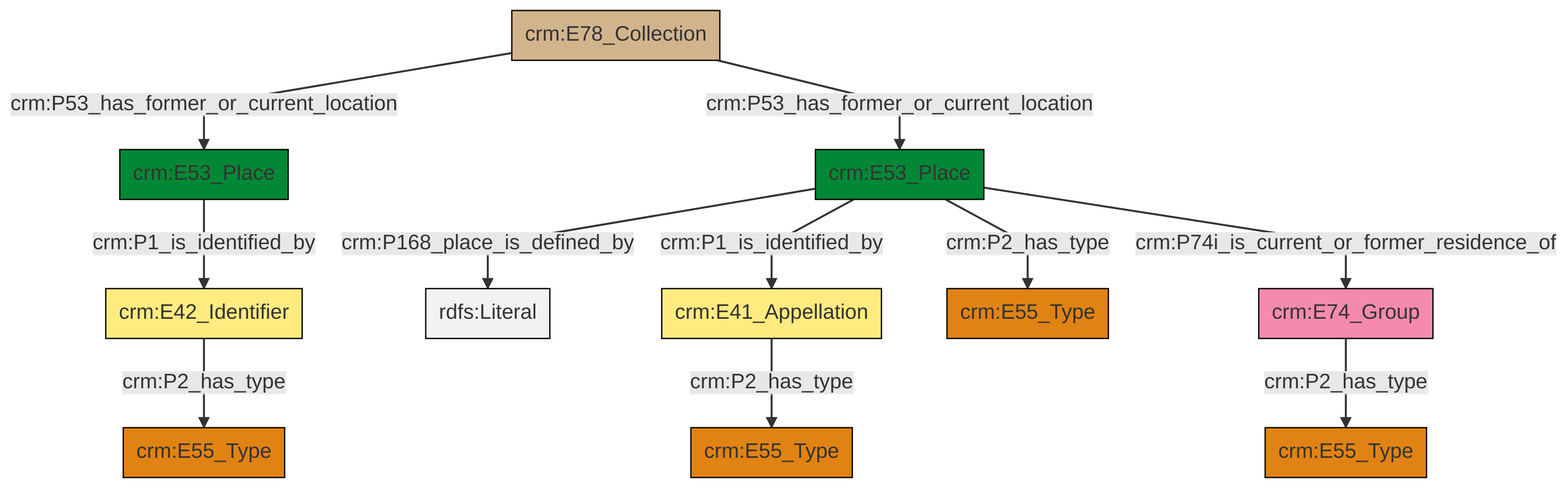
Earlier version of the Mermaid export et/archivalCSV/ttl/mmd/png/archival_location.png (swiss-art-research-net/docs.swissartresearch). Its source is kept beside it as et/archivalCSV/ttl/mmd/archival_location.ttl.mmd.
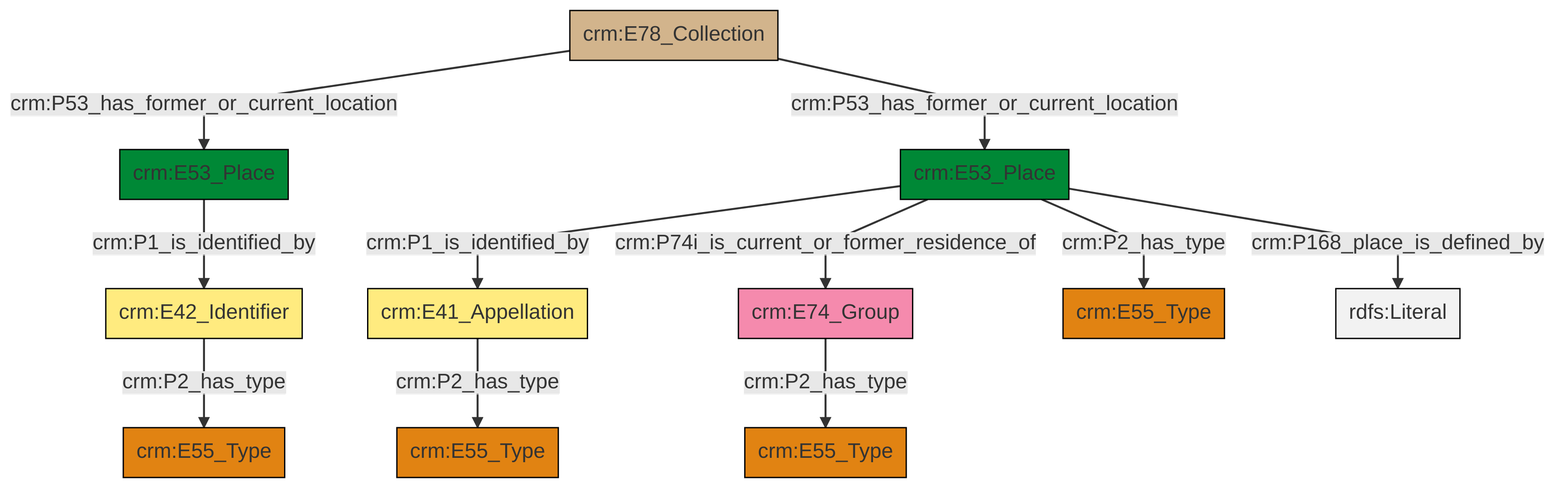
The same file after the commit.

The edit, as a diff of the source:
```diff
@@ -13,13 +13,13 @@
 classDef PC_Classes fill:#4ce600, stroke:#000000;
 classDef Multi fill:#cccccc,stroke:#000000;
 
-0["crm:E78_Collection"]:::Physical_Thing -->|crm:P53_has_former_or_current_location| 1["crm:E53_Place"]:::Place
-2["crm:E53_Place"]:::Place -->|crm:P168_place_is_defined_by| 3[rdfs:Literal]:::Literal
-2["crm:E53_Place"]:::Place -->|crm:P1_is_identified_by| 5["crm:E41_Appellation"]:::Appellation
-17["crm:E42_Identifier"]:::Appellation -->|crm:P2_has_type| 11["crm:E55_Type"]:::Type
-5["crm:E41_Appellation"]:::Appellation -->|crm:P2_has_type| 7["crm:E55_Type"]:::Type
-19["crm:E74_Group"]:::Actor -->|crm:P2_has_type| 9["crm:E55_Type"]:::Type
-0["crm:E78_Collection"]:::Physical_Thing -->|crm:P53_has_former_or_current_location| 2["crm:E53_Place"]:::Place
-2["crm:E53_Place"]:::Place -->|crm:P2_has_type| 15["crm:E55_Type"]:::Type
-1["crm:E53_Place"]:::Place -->|crm:P1_is_identified_by| 17["crm:E42_Identifier"]:::Appellation
-2["crm:E53_Place"]:::Place -->|crm:P74i_is_current_or_former_residence_of| 19["crm:E74_Group"]:::Actor
+2["crm:E78_Collection"]:::Physical_Thing -->|crm:P53_has_former_or_current_location| 3["crm:E53_Place"]:::Place
+3["crm:E53_Place"]:::Place -->|crm:P1_is_identified_by| 6["crm:E42_Identifier"]:::Appellation
+7["crm:E74_Group"]:::Actor -->|crm:P2_has_type| 10["crm:E55_Type"]:::Type
+0["crm:E53_Place"]:::Place -->|crm:P1_is_identified_by| 4["crm:E41_Appellation"]:::Appellation
+4["crm:E41_Appellation"]:::Appellation -->|crm:P2_has_type| 11["crm:E55_Type"]:::Type
+0["crm:E53_Place"]:::Place -->|crm:P74i_is_current_or_former_residence_of| 7["crm:E74_Group"]:::Actor
+0["crm:E53_Place"]:::Place -->|crm:P2_has_type| 12["crm:E55_Type"]:::Type
+2["crm:E78_Collection"]:::Physical_Thing -->|crm:P53_has_former_or_current_location| 0["crm:E53_Place"]:::Place
+6["crm:E42_Identifier"]:::Appellation -->|crm:P2_has_type| 17["crm:E55_Type"]:::Type
+0["crm:E53_Place"]:::Place -->|crm:P168_place_is_defined_by| 19[rdfs:Literal]:::Literal
```
